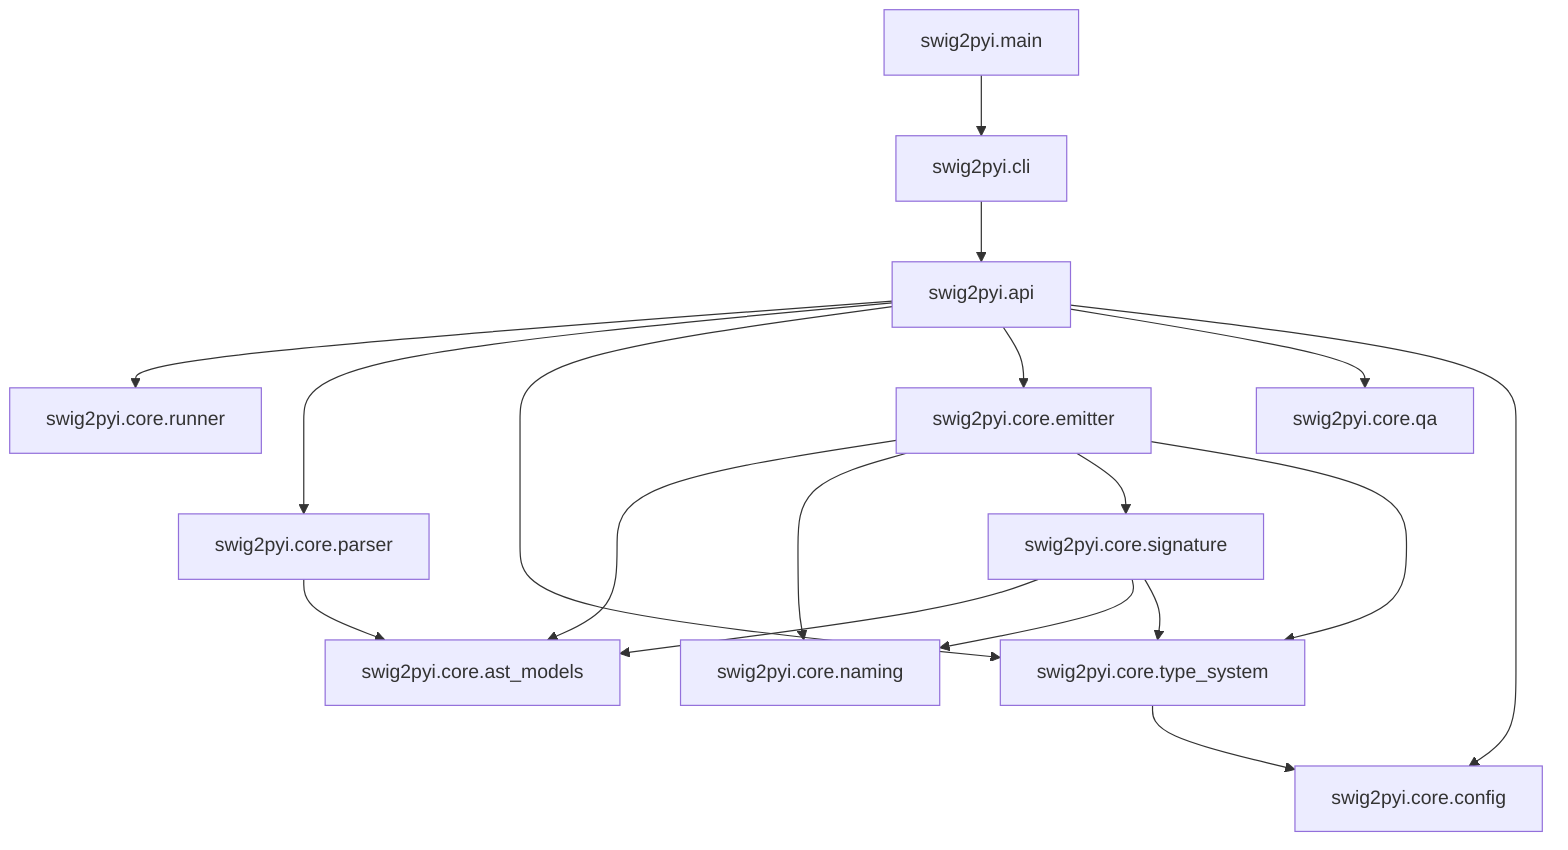
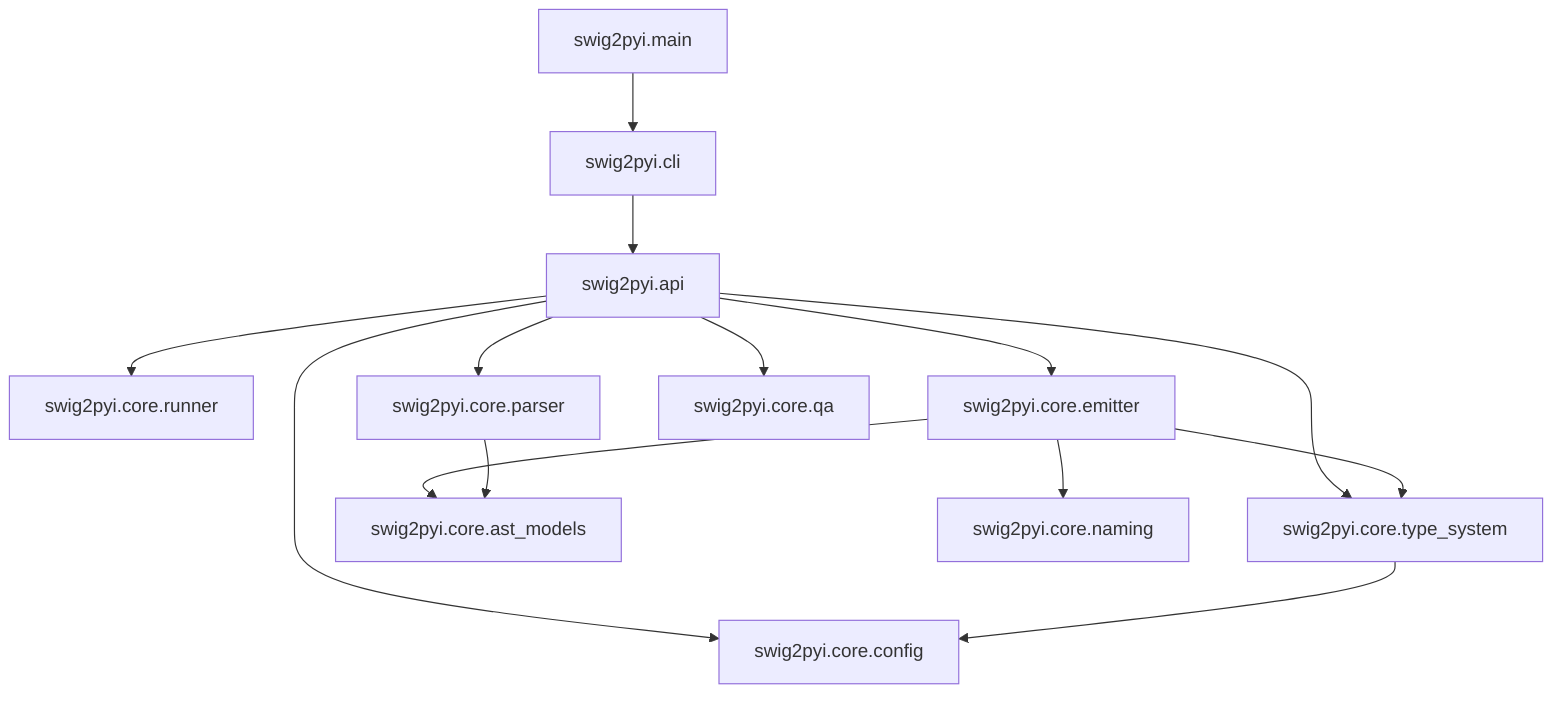
graph TD
    swig2pyi.main --> swig2pyi.cli
    swig2pyi.cli --> swig2pyi.api
    swig2pyi.api --> swig2pyi.core.runner
    swig2pyi.api --> swig2pyi.core.parser
    swig2pyi.api --> swig2pyi.core.type_system
    swig2pyi.api --> swig2pyi.core.emitter
    swig2pyi.api --> swig2pyi.core.qa
    swig2pyi.api --> swig2pyi.core.config
    swig2pyi.core.emitter --> swig2pyi.core.ast_models
    swig2pyi.core.emitter --> swig2pyi.core.naming
-     swig2pyi.core.emitter --> swig2pyi.core.signature
    swig2pyi.core.emitter --> swig2pyi.core.type_system
-     swig2pyi.core.signature --> swig2pyi.core.ast_models
-     swig2pyi.core.signature --> swig2pyi.core.naming
-     swig2pyi.core.signature --> swig2pyi.core.type_system
    swig2pyi.core.type_system --> swig2pyi.core.config
    swig2pyi.core.parser --> swig2pyi.core.ast_models
    swig2pyi.core.qa
    swig2pyi.core.naming
    swig2pyi.core.ast_models
    swig2pyi.core.config
    swig2pyi.core.runner
